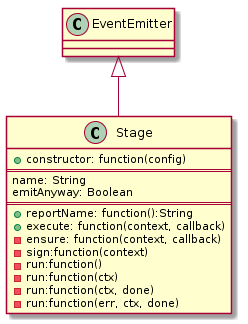
This is pics/stages/Stage/class.png from vedmalex/pipeline.js, a PlantUML export, as it was before one commit. The source it was exported from:
```plantuml
@startuml

Class  EventEmitter

Class Stage {
	+constructor: function(config)
===
	name: String
	emitAnyway: Boolean
===
	+reportName: function():String
	+execute: function(context, callback)
	- ensure: function(context, callback)
	- sign:function(context)
	- run:function()
	- run:function(ctx)
	- run:function(ctx, done)
	- run:function(err, ctx, done)
}

Stage -up-|> EventEmitter

@enduml
```
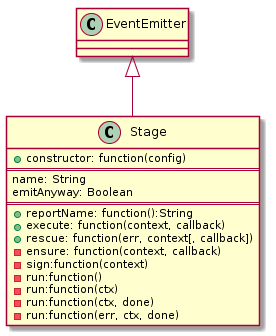
The same diagram one commit later.

What changed in the source:
```diff
@@ -10,6 +10,7 @@
 ===
 	+reportName: function():String
 	+execute: function(context, callback)
+	+rescue: function(err, context[, callback])
 	- ensure: function(context, callback)
 	- sign:function(context)
 	- run:function()
```
